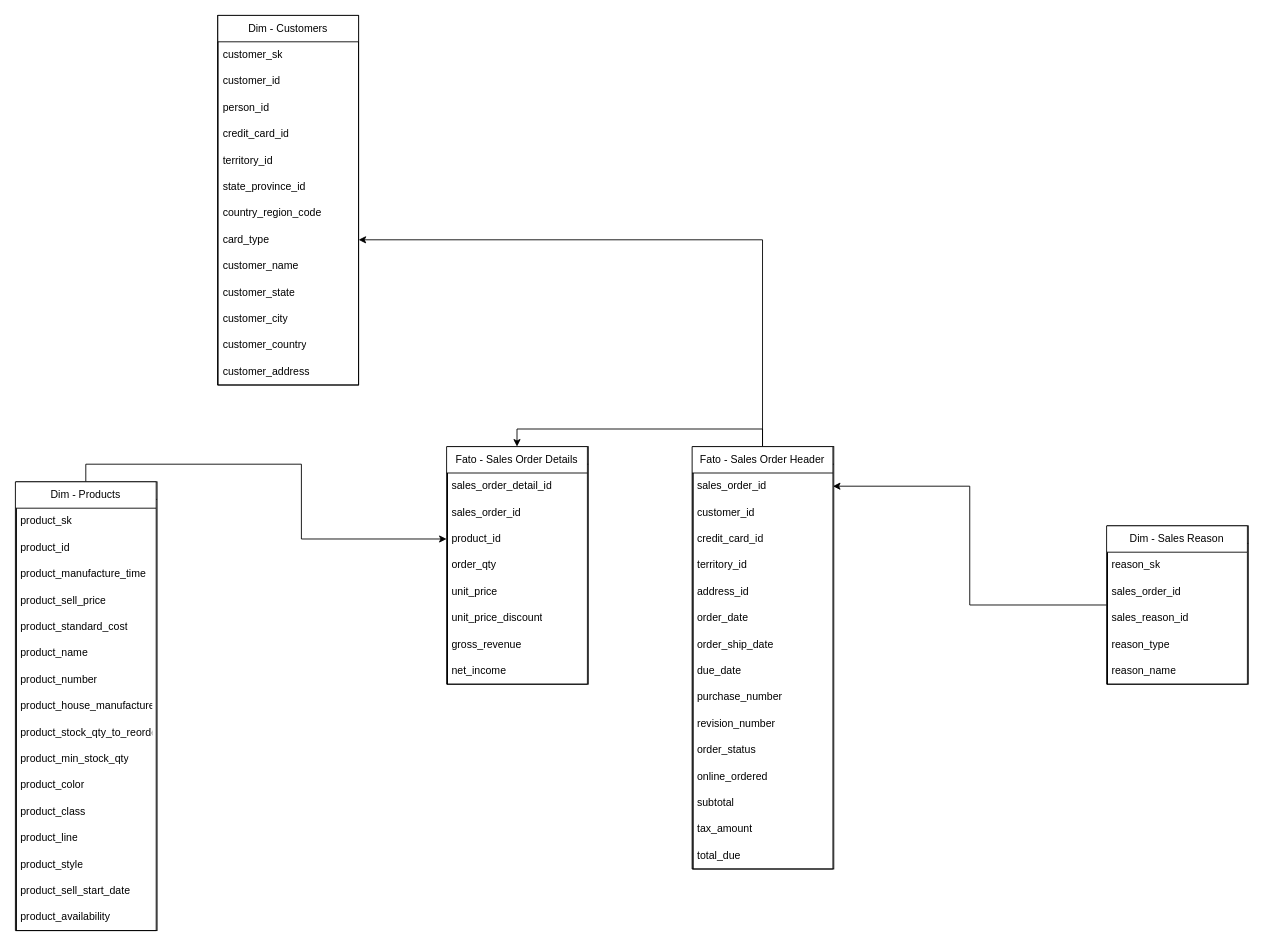
lcscarv/analytics-challenge keeps this draw.io diagram as img/adventureworks_dw.drawio. Above is the earlier version. Source tidied: cells renumbered, new cells numbered last; positions are measured from the earlier drawing's top-left corner, leaving out a move shared by most shapes. Both pictures are drawn from the tidied source at 88%, with x=0, y=0 at pixel (15, 15).
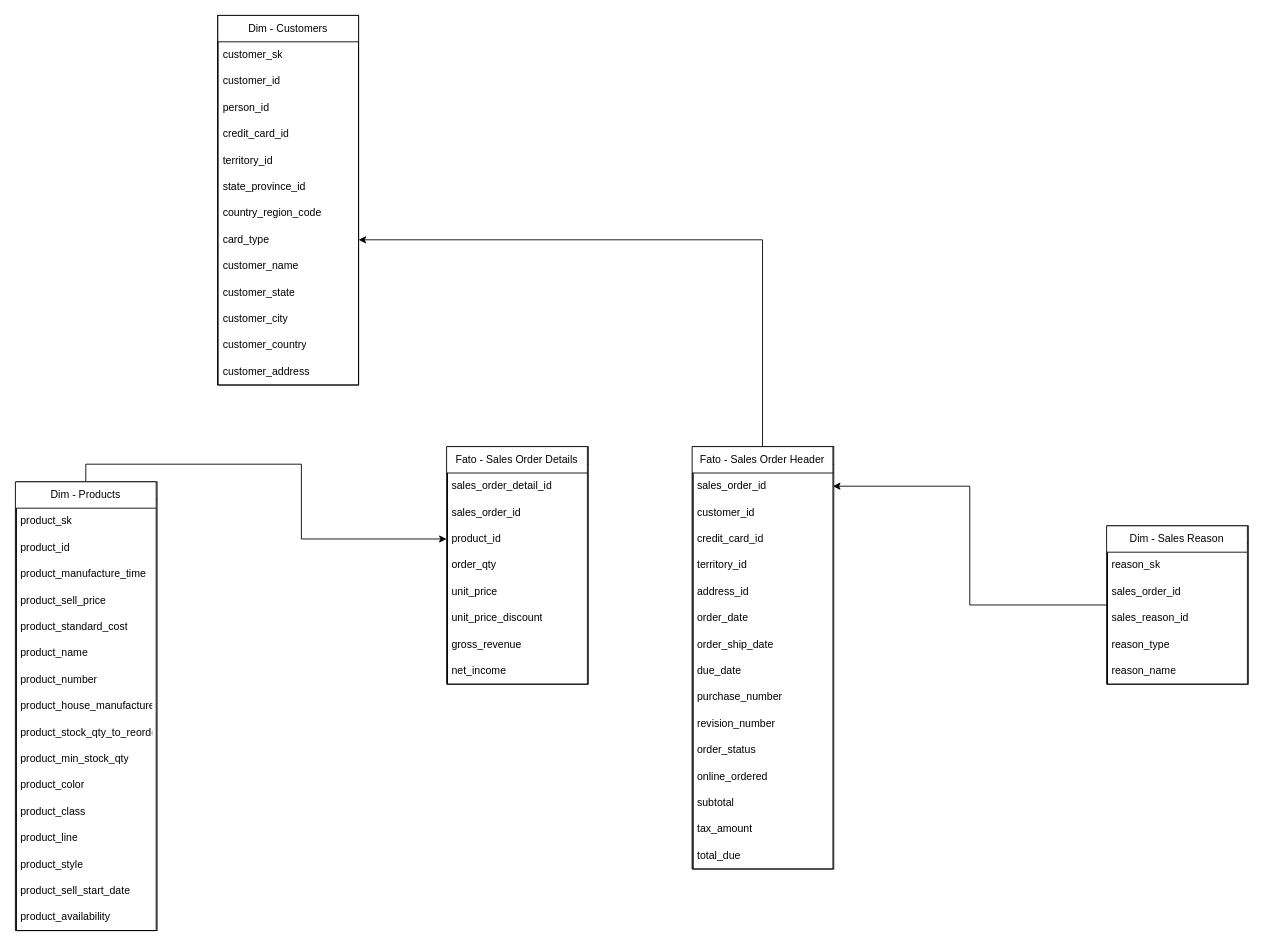
The same page after the edit.

Unchanged cells that the change refers to:
```xml
<mxCell id="8" value="Fato - Sales Order Header" style="swimlane;fontStyle=0;horizontal=1;startSize=30;whiteSpace=wrap;html=1;" parent="6" vertex="1">
  <mxGeometry width="160" height="480" as="geometry" />
</mxCell>
<mxCell id="26" value="Fato - Sales Order Details" style="swimlane;fontStyle=0;horizontal=1;startSize=30;whiteSpace=wrap;html=1;" parent="24" vertex="1">
  <mxGeometry width="160" height="270" as="geometry" />
</mxCell>
```

What changed in the source:
```diff
@@
-    <mxCell id="2" style="edgeStyle=orthogonalEdgeStyle;rounded=0;jettySize=auto;html=1;exitX=0.5;exitY=0;exitDx=0;exitDy=0;entryX=0.5;entryY=0;entryDx=0;entryDy=0;" parent="1" edge="1" source="8" target="26">
-      <mxGeometry relative="1" as="geometry" />
-    </mxCell>
```
